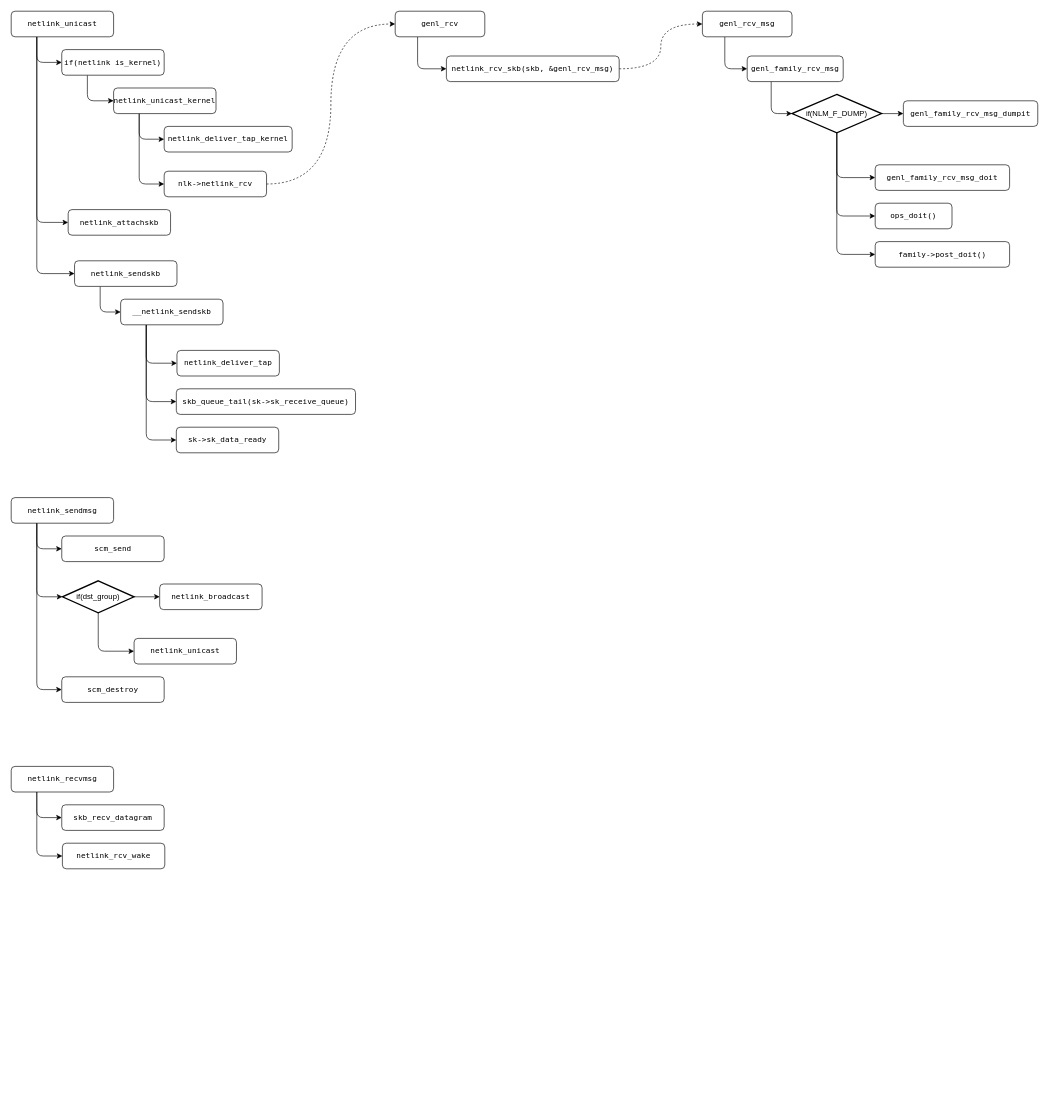
Aspiresky/draw.io keeps this draw.io diagram as Netlink.drawio. Above is the earlier version. Source tidied: cells renumbered, new cells numbered last; positions are measured from the earlier drawing's top-left corner, leaving out a move shared by most shapes. Both pictures are drawn from the tidied source at 64%, with x=0, y=0 at pixel (11, 11).
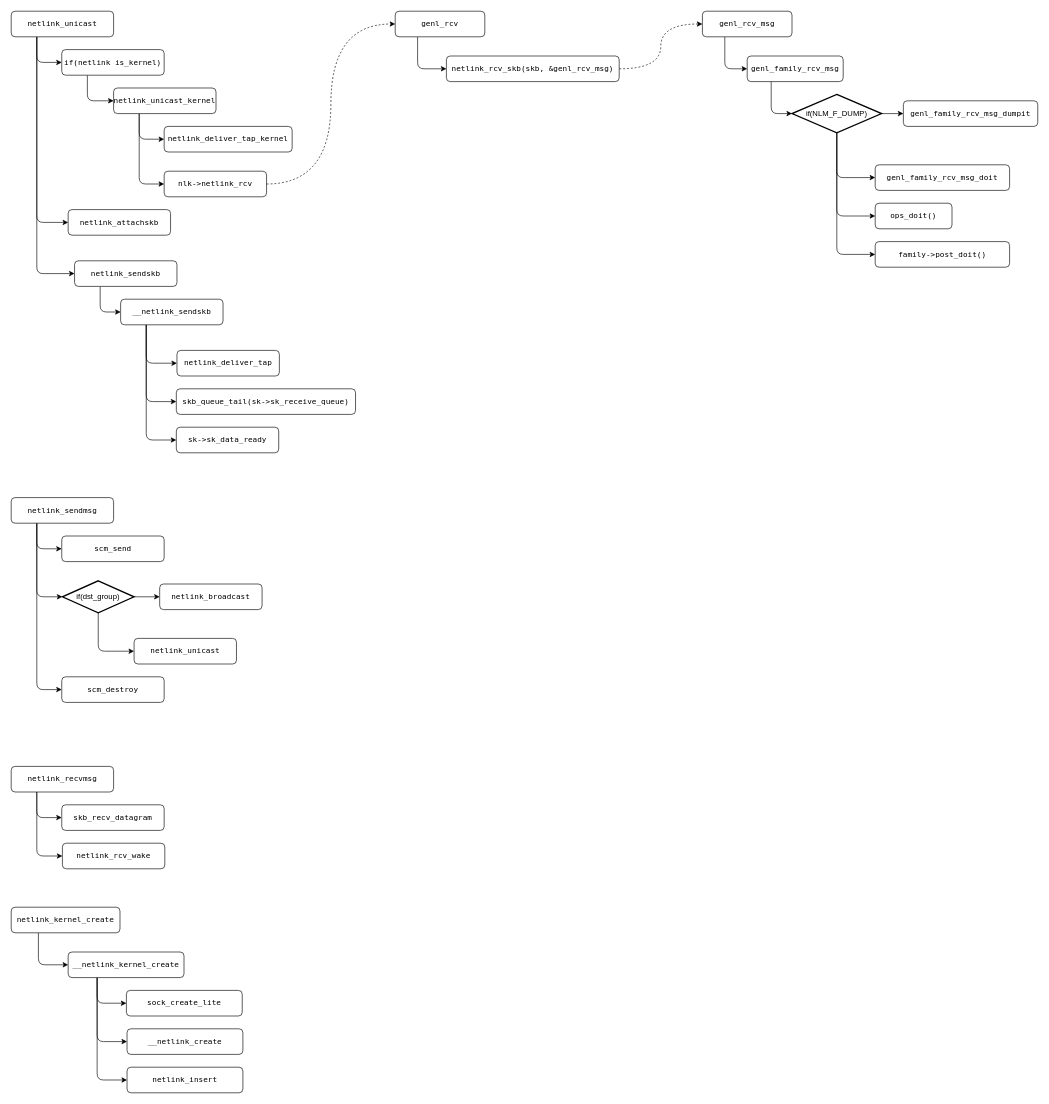
The same diagram, later.

What changed in the source:
```diff
@@
+    <mxCell id="57" style="edgeStyle=orthogonalEdgeStyle;rounded=1;jettySize=auto;html=1;exitX=0.25;exitY=1;exitDx=0;exitDy=0;entryX=0;entryY=0.5;entryDx=0;entryDy=0;curved=0;" parent="1" edge="1" source="59" target="63">
+      <mxGeometry relative="1" as="geometry" />
+    </mxCell>
+    <mxCell id="58" style="edgeStyle=orthogonalEdgeStyle;rounded=1;jettySize=auto;html=1;exitX=0.25;exitY=1;exitDx=0;exitDy=0;entryX=0;entryY=0.5;entryDx=0;entryDy=0;curved=0;" parent="1" edge="1" source="63" target="64">
+      <mxGeometry relative="1" as="geometry" />
+    </mxCell>
+    <mxCell id="59" value="netlink_kernel_create" style="rounded=1;whiteSpace=wrap;html=1;fontFamily=Lucida Console;" parent="1" vertex="1">
+      <mxGeometry y="1400" width="170" height="40" as="geometry" />
+    </mxCell>
+    <mxCell id="60" value="sock_create_lite" style="rounded=1;whiteSpace=wrap;html=1;fontFamily=Lucida Console;" parent="1" vertex="1">
+      <mxGeometry x="180" y="1530" width="181" height="40" as="geometry" />
+    </mxCell>
+    <mxCell id="61" style="edgeStyle=orthogonalEdgeStyle;rounded=1;jettySize=auto;html=1;exitX=0.25;exitY=1;exitDx=0;exitDy=0;entryX=0;entryY=0.5;entryDx=0;entryDy=0;curved=0;" parent="1" edge="1" source="63" target="65">
+      <mxGeometry relative="1" as="geometry" />
+    </mxCell>
+    <mxCell id="62" style="edgeStyle=orthogonalEdgeStyle;rounded=1;jettySize=auto;html=1;exitX=0.25;exitY=1;exitDx=0;exitDy=0;entryX=0;entryY=0.5;entryDx=0;entryDy=0;curved=0;" parent="1" edge="1" source="63" target="60">
+      <mxGeometry relative="1" as="geometry" />
+    </mxCell>
+    <mxCell id="63" value="__netlink_kernel_create" style="rounded=1;whiteSpace=wrap;html=1;fontFamily=Lucida Console;" parent="1" vertex="1">
+      <mxGeometry x="89" y="1470" width="181" height="40" as="geometry" />
+    </mxCell>
+    <mxCell id="64" value="__netlink_create" style="rounded=1;whiteSpace=wrap;html=1;fontFamily=Lucida Console;" parent="1" vertex="1">
+      <mxGeometry x="181" y="1590" width="181" height="40" as="geometry" />
+    </mxCell>
+    <mxCell id="65" value="netlink_insert" style="rounded=1;whiteSpace=wrap;html=1;fontFamily=Lucida Console;" parent="1" vertex="1">
+      <mxGeometry x="181" y="1650" width="181" height="40" as="geometry" />
+    </mxCell>
```
